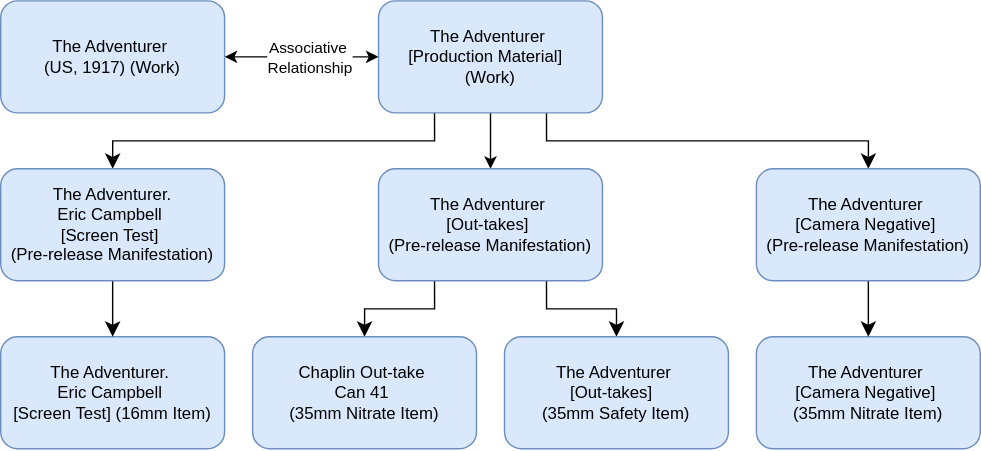
The draw.io diagram markdown/diagrams/title_type_04.drawio.svg in FIAF/fiaf-cataloguing-manual, before a commit. Source tidied: cells renumbered, new cells last; positions are measured from the earlier drawing's top-left corner, leaving out a move shared by most shapes. Its diagram source:
```xml
<mxGraphModel>
  <root>
    <mxCell id="0" />
    <mxCell id="1" parent="0" />
    <mxCell id="2" style="edgeStyle=orthogonalEdgeStyle;rounded=0;jettySize=auto;html=1;exitX=1;exitY=0.5;exitDx=0;exitDy=0;entryX=0;entryY=0.5;entryDx=0;entryDy=0;startArrow=classic;startFill=1;spacingLeft=2;" parent="1" edge="1" source="4" target="8">
      <mxGeometry relative="1" as="geometry" />
    </mxCell>
    <mxCell id="3" value="&lt;div&gt;Associative&amp;nbsp;&lt;/div&gt;&lt;div&gt;Relationship&lt;/div&gt;" style="edgeLabel;html=1;align=center;verticalAlign=middle;" parent="2" vertex="1">
      <mxGeometry x="-0.16" y="1" relative="1" as="geometry">
        <mxPoint x="14" y="1" as="offset" />
      </mxGeometry>
    </mxCell>
    <mxCell id="4" value="&lt;div&gt;The Adventurer&amp;nbsp;&lt;/div&gt;&lt;div&gt;(US, 1917) (Work)&lt;/div&gt;" style="rounded=1;whiteSpace=wrap;html=1;fillColor=#dae8fc;strokeColor=#6c8ebf;" parent="1" vertex="1">
      <mxGeometry width="160" height="80" as="geometry" />
    </mxCell>
    <mxCell id="5" style="edgeStyle=orthogonalEdgeStyle;rounded=0;jettySize=auto;html=1;exitX=0.5;exitY=1;exitDx=0;exitDy=0;entryX=0.5;entryY=0;entryDx=0;entryDy=0;" parent="1" edge="1" source="8" target="11">
      <mxGeometry relative="1" as="geometry" />
    </mxCell>
    <mxCell id="6" style="edgeStyle=orthogonalEdgeStyle;rounded=0;jettySize=auto;html=1;exitX=0.25;exitY=1;exitDx=0;exitDy=0;entryX=0.5;entryY=0;entryDx=0;entryDy=0;fontSize=12;startSize=8;endSize=8;" parent="1" edge="1" source="8" target="19">
      <mxGeometry relative="1" as="geometry" />
    </mxCell>
    <mxCell id="7" style="edgeStyle=orthogonalEdgeStyle;rounded=0;jettySize=auto;html=1;exitX=0.75;exitY=1;exitDx=0;exitDy=0;entryX=0.5;entryY=0;entryDx=0;entryDy=0;fontSize=12;startSize=8;endSize=8;" parent="1" edge="1" source="8" target="17">
      <mxGeometry relative="1" as="geometry" />
    </mxCell>
    <mxCell id="8" value="&lt;div&gt;The Adventurer&amp;nbsp;&lt;/div&gt;&lt;div&gt;[Production Material]&amp;nbsp;&amp;nbsp;&lt;/div&gt;&lt;div&gt;(Work)&lt;/div&gt;" style="rounded=1;whiteSpace=wrap;html=1;fillColor=#dae8fc;strokeColor=#6c8ebf;" parent="1" vertex="1">
      <mxGeometry x="270" width="160" height="80" as="geometry" />
    </mxCell>
    <mxCell id="9" style="edgeStyle=orthogonalEdgeStyle;rounded=0;jettySize=auto;html=1;exitX=0.25;exitY=1;exitDx=0;exitDy=0;entryX=0.5;entryY=0;entryDx=0;entryDy=0;fontSize=12;startSize=8;endSize=8;" parent="1" edge="1" source="11" target="13">
      <mxGeometry relative="1" as="geometry" />
    </mxCell>
    <mxCell id="10" style="edgeStyle=orthogonalEdgeStyle;rounded=0;jettySize=auto;html=1;exitX=0.75;exitY=1;exitDx=0;exitDy=0;entryX=0.5;entryY=0;entryDx=0;entryDy=0;fontSize=12;startSize=8;endSize=8;" parent="1" edge="1" source="11" target="14">
      <mxGeometry relative="1" as="geometry" />
    </mxCell>
    <mxCell id="11" value="&lt;div&gt;The Adventurer&amp;nbsp;&lt;/div&gt;&lt;div&gt;[Out-takes]&amp;nbsp;&lt;/div&gt;&lt;div&gt;(Pre-release Manifestation)&lt;/div&gt;" style="rounded=1;whiteSpace=wrap;html=1;fillColor=#dae8fc;strokeColor=#6c8ebf;" parent="1" vertex="1">
      <mxGeometry x="270" y="120" width="160" height="80" as="geometry" />
    </mxCell>
    <mxCell id="12" value="&lt;div&gt;The Adventurer.&amp;nbsp;&lt;/div&gt;&lt;div&gt;Eric Campbell&amp;nbsp;&lt;/div&gt;&lt;div&gt;[Screen Test] (16mm Item)&lt;/div&gt;" style="rounded=1;whiteSpace=wrap;html=1;fillColor=#dae8fc;strokeColor=#6c8ebf;" parent="1" vertex="1">
      <mxGeometry y="240" width="160" height="80" as="geometry" />
    </mxCell>
    <mxCell id="13" value="&lt;div&gt;Chaplin Out-take&amp;nbsp;&lt;/div&gt;&lt;div&gt;Can 41&amp;nbsp;&lt;/div&gt;&lt;div&gt;(35mm Nitrate Item)&lt;/div&gt;" style="rounded=1;whiteSpace=wrap;html=1;fillColor=#dae8fc;strokeColor=#6c8ebf;" parent="1" vertex="1">
      <mxGeometry x="180" y="240" width="160" height="80" as="geometry" />
    </mxCell>
    <mxCell id="14" value="&lt;div&gt;The Adventurer&amp;nbsp;&lt;/div&gt;&lt;div&gt;[Out-takes]&amp;nbsp;&amp;nbsp;&lt;/div&gt;&lt;div&gt;(35mm Safety Item)&lt;/div&gt;" style="rounded=1;whiteSpace=wrap;html=1;fillColor=#dae8fc;strokeColor=#6c8ebf;" parent="1" vertex="1">
      <mxGeometry x="360" y="240" width="160" height="80" as="geometry" />
    </mxCell>
    <mxCell id="15" value="&lt;div&gt;The Adventurer&amp;nbsp;&lt;/div&gt;&lt;div&gt;[Camera Negative]&amp;nbsp;&lt;/div&gt;&lt;div&gt;(35mm Nitrate Item)&lt;/div&gt;" style="rounded=1;whiteSpace=wrap;html=1;fillColor=#dae8fc;strokeColor=#6c8ebf;" parent="1" vertex="1">
      <mxGeometry x="540" y="240" width="160" height="80" as="geometry" />
    </mxCell>
    <mxCell id="16" style="edgeStyle=none;curved=1;rounded=0;jettySize=auto;html=1;exitX=0.5;exitY=1;exitDx=0;exitDy=0;fontSize=12;startSize=8;endSize=8;" parent="1" edge="1" source="17" target="15">
      <mxGeometry relative="1" as="geometry" />
    </mxCell>
    <mxCell id="17" value="&lt;div&gt;The Adventurer&amp;nbsp;&lt;/div&gt;&lt;div&gt;[Camera Negative]&amp;nbsp;&lt;/div&gt;&lt;div&gt;(Pre-release Manifestation)&lt;/div&gt;" style="rounded=1;whiteSpace=wrap;html=1;fillColor=#dae8fc;strokeColor=#6c8ebf;" parent="1" vertex="1">
      <mxGeometry x="540" y="120" width="160" height="80" as="geometry" />
    </mxCell>
    <mxCell id="18" style="edgeStyle=none;curved=1;rounded=0;jettySize=auto;html=1;exitX=0.5;exitY=1;exitDx=0;exitDy=0;entryX=0.5;entryY=0;entryDx=0;entryDy=0;fontSize=12;startSize=8;endSize=8;" parent="1" edge="1" source="19" target="12">
      <mxGeometry relative="1" as="geometry" />
    </mxCell>
    <mxCell id="19" value="&lt;div&gt;The Adventurer.&lt;/div&gt;&lt;div&gt;Eric Campbell&amp;nbsp;&lt;/div&gt;&lt;div&gt;[Screen Test]&amp;nbsp;&lt;/div&gt;&lt;div&gt;(Pre-release Manifestation)&lt;/div&gt;" style="rounded=1;whiteSpace=wrap;html=1;fillColor=#dae8fc;strokeColor=#6c8ebf;" parent="1" vertex="1">
      <mxGeometry y="120" width="160" height="80" as="geometry" />
    </mxCell>
  </root>
</mxGraphModel>
```
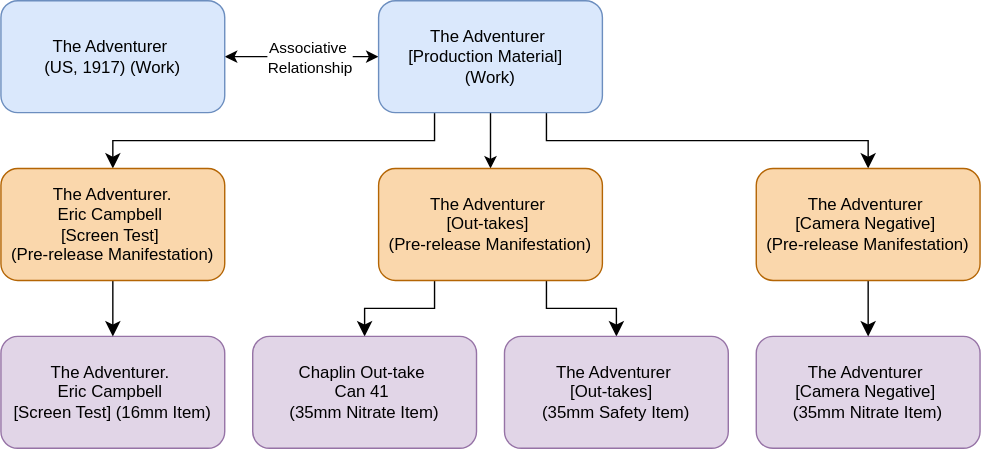
After the commit.

Change to the diagram source:
```diff
@@ -2,6 +2,36 @@
   <root>
     <mxCell id="0" />
     <mxCell id="1" parent="0" />
+    <mxCell id="20" style="edgeStyle=orthogonalEdgeStyle;rounded=0;orthogonalLoop=1;jettySize=auto;html=1;exitX=0.5;exitY=1;exitDx=0;exitDy=0;entryX=0.5;entryY=0;entryDx=0;entryDy=0;fontSize=12;startSize=8;endSize=8;" parent="1" edge="1">
+      <mxGeometry relative="1" as="geometry">
+        <mxPoint x="660" y="390" as="targetPoint" />
+      </mxGeometry>
+    </mxCell>
+    <mxCell id="21" style="edgeStyle=orthogonalEdgeStyle;rounded=0;orthogonalLoop=1;jettySize=auto;html=1;exitX=0.5;exitY=1;exitDx=0;exitDy=0;entryX=0.5;entryY=0;entryDx=0;entryDy=0;fontSize=12;startSize=8;endSize=8;" parent="1" edge="1">
+      <mxGeometry relative="1" as="geometry">
+        <mxPoint x="840" y="390" as="targetPoint" />
+      </mxGeometry>
+    </mxCell>
+    <mxCell id="22" style="edgeStyle=none;curved=1;rounded=0;orthogonalLoop=1;jettySize=auto;html=1;exitX=0.5;exitY=1;exitDx=0;exitDy=0;entryX=0.5;entryY=0;entryDx=0;entryDy=0;fontSize=12;startSize=8;endSize=8;" parent="1" edge="1">
+      <mxGeometry relative="1" as="geometry">
+        <mxPoint x="480" y="350" as="sourcePoint" />
+      </mxGeometry>
+    </mxCell>
+    <mxCell id="23" style="edgeStyle=orthogonalEdgeStyle;rounded=0;orthogonalLoop=1;jettySize=auto;html=1;exitX=0.5;exitY=1;exitDx=0;exitDy=0;entryX=0.5;entryY=0;entryDx=0;entryDy=0;fontSize=12;startSize=8;endSize=8;" parent="1" edge="1">
+      <mxGeometry relative="1" as="geometry">
+        <mxPoint x="660" y="390" as="targetPoint" />
+      </mxGeometry>
+    </mxCell>
+    <mxCell id="24" style="edgeStyle=orthogonalEdgeStyle;rounded=0;orthogonalLoop=1;jettySize=auto;html=1;exitX=0.5;exitY=1;exitDx=0;exitDy=0;entryX=0.5;entryY=0;entryDx=0;entryDy=0;fontSize=12;startSize=8;endSize=8;" parent="1" edge="1">
+      <mxGeometry relative="1" as="geometry">
+        <mxPoint x="840" y="390" as="targetPoint" />
+      </mxGeometry>
+    </mxCell>
+    <mxCell id="25" style="edgeStyle=none;curved=1;rounded=0;orthogonalLoop=1;jettySize=auto;html=1;exitX=0.5;exitY=1;exitDx=0;exitDy=0;entryX=0.5;entryY=0;entryDx=0;entryDy=0;fontSize=12;startSize=8;endSize=8;" parent="1" edge="1">
+      <mxGeometry relative="1" as="geometry">
+        <mxPoint x="480" y="350" as="sourcePoint" />
+      </mxGeometry>
+    </mxCell>
     <mxCell id="2" style="edgeStyle=orthogonalEdgeStyle;rounded=0;jettySize=auto;html=1;exitX=1;exitY=0.5;exitDx=0;exitDy=0;entryX=0;entryY=0.5;entryDx=0;entryDy=0;startArrow=classic;startFill=1;spacingLeft=2;" parent="1" edge="1" source="4" target="8">
       <mxGeometry relative="1" as="geometry" />
     </mxCell>
@@ -31,31 +61,31 @@
     <mxCell id="10" style="edgeStyle=orthogonalEdgeStyle;rounded=0;jettySize=auto;html=1;exitX=0.75;exitY=1;exitDx=0;exitDy=0;entryX=0.5;entryY=0;entryDx=0;entryDy=0;fontSize=12;startSize=8;endSize=8;" parent="1" edge="1" source="11" target="14">
       <mxGeometry relative="1" as="geometry" />
     </mxCell>
-    <mxCell id="11" value="&lt;div&gt;The Adventurer&amp;nbsp;&lt;/div&gt;&lt;div&gt;[Out-takes]&amp;nbsp;&lt;/div&gt;&lt;div&gt;(Pre-release Manifestation)&lt;/div&gt;" style="rounded=1;whiteSpace=wrap;html=1;fillColor=#dae8fc;strokeColor=#6c8ebf;" parent="1" vertex="1">
+    <mxCell id="11" value="&lt;div&gt;The Adventurer&amp;nbsp;&lt;/div&gt;&lt;div&gt;[Out-takes]&amp;nbsp;&lt;/div&gt;&lt;div&gt;(Pre-release Manifestation)&lt;/div&gt;" style="rounded=1;whiteSpace=wrap;html=1;fillColor=#fad7ac;strokeColor=#b46504;" parent="1" vertex="1">
       <mxGeometry x="270" y="120" width="160" height="80" as="geometry" />
     </mxCell>
-    <mxCell id="12" value="&lt;div&gt;The Adventurer.&amp;nbsp;&lt;/div&gt;&lt;div&gt;Eric Campbell&amp;nbsp;&lt;/div&gt;&lt;div&gt;[Screen Test] (16mm Item)&lt;/div&gt;" style="rounded=1;whiteSpace=wrap;html=1;fillColor=#dae8fc;strokeColor=#6c8ebf;" parent="1" vertex="1">
+    <mxCell id="12" value="&lt;div&gt;The Adventurer.&amp;nbsp;&lt;/div&gt;&lt;div&gt;Eric Campbell&amp;nbsp;&lt;/div&gt;&lt;div&gt;[Screen Test] (16mm Item)&lt;/div&gt;" style="rounded=1;whiteSpace=wrap;html=1;fillColor=#e1d5e7;strokeColor=#9673a6;" parent="1" vertex="1">
       <mxGeometry y="240" width="160" height="80" as="geometry" />
     </mxCell>
-    <mxCell id="13" value="&lt;div&gt;Chaplin Out-take&amp;nbsp;&lt;/div&gt;&lt;div&gt;Can 41&amp;nbsp;&lt;/div&gt;&lt;div&gt;(35mm Nitrate Item)&lt;/div&gt;" style="rounded=1;whiteSpace=wrap;html=1;fillColor=#dae8fc;strokeColor=#6c8ebf;" parent="1" vertex="1">
+    <mxCell id="13" value="&lt;div&gt;Chaplin Out-take&amp;nbsp;&lt;/div&gt;&lt;div&gt;Can 41&amp;nbsp;&lt;/div&gt;&lt;div&gt;(35mm Nitrate Item)&lt;/div&gt;" style="rounded=1;whiteSpace=wrap;html=1;fillColor=#e1d5e7;strokeColor=#9673a6;" parent="1" vertex="1">
       <mxGeometry x="180" y="240" width="160" height="80" as="geometry" />
     </mxCell>
-    <mxCell id="14" value="&lt;div&gt;The Adventurer&amp;nbsp;&lt;/div&gt;&lt;div&gt;[Out-takes]&amp;nbsp;&amp;nbsp;&lt;/div&gt;&lt;div&gt;(35mm Safety Item)&lt;/div&gt;" style="rounded=1;whiteSpace=wrap;html=1;fillColor=#dae8fc;strokeColor=#6c8ebf;" parent="1" vertex="1">
+    <mxCell id="14" value="&lt;div&gt;The Adventurer&amp;nbsp;&lt;/div&gt;&lt;div&gt;[Out-takes]&amp;nbsp;&amp;nbsp;&lt;/div&gt;&lt;div&gt;(35mm Safety Item)&lt;/div&gt;" style="rounded=1;whiteSpace=wrap;html=1;fillColor=#e1d5e7;strokeColor=#9673a6;" parent="1" vertex="1">
       <mxGeometry x="360" y="240" width="160" height="80" as="geometry" />
     </mxCell>
-    <mxCell id="15" value="&lt;div&gt;The Adventurer&amp;nbsp;&lt;/div&gt;&lt;div&gt;[Camera Negative]&amp;nbsp;&lt;/div&gt;&lt;div&gt;(35mm Nitrate Item)&lt;/div&gt;" style="rounded=1;whiteSpace=wrap;html=1;fillColor=#dae8fc;strokeColor=#6c8ebf;" parent="1" vertex="1">
+    <mxCell id="15" value="&lt;div&gt;The Adventurer&amp;nbsp;&lt;/div&gt;&lt;div&gt;[Camera Negative]&amp;nbsp;&lt;/div&gt;&lt;div&gt;(35mm Nitrate Item)&lt;/div&gt;" style="rounded=1;whiteSpace=wrap;html=1;fillColor=#e1d5e7;strokeColor=#9673a6;" parent="1" vertex="1">
       <mxGeometry x="540" y="240" width="160" height="80" as="geometry" />
     </mxCell>
     <mxCell id="16" style="edgeStyle=none;curved=1;rounded=0;jettySize=auto;html=1;exitX=0.5;exitY=1;exitDx=0;exitDy=0;fontSize=12;startSize=8;endSize=8;" parent="1" edge="1" source="17" target="15">
       <mxGeometry relative="1" as="geometry" />
     </mxCell>
-    <mxCell id="17" value="&lt;div&gt;The Adventurer&amp;nbsp;&lt;/div&gt;&lt;div&gt;[Camera Negative]&amp;nbsp;&lt;/div&gt;&lt;div&gt;(Pre-release Manifestation)&lt;/div&gt;" style="rounded=1;whiteSpace=wrap;html=1;fillColor=#dae8fc;strokeColor=#6c8ebf;" parent="1" vertex="1">
+    <mxCell id="17" value="&lt;div&gt;The Adventurer&amp;nbsp;&lt;/div&gt;&lt;div&gt;[Camera Negative]&amp;nbsp;&lt;/div&gt;&lt;div&gt;(Pre-release Manifestation)&lt;/div&gt;" style="rounded=1;whiteSpace=wrap;html=1;fillColor=#fad7ac;strokeColor=#b46504;" parent="1" vertex="1">
       <mxGeometry x="540" y="120" width="160" height="80" as="geometry" />
     </mxCell>
     <mxCell id="18" style="edgeStyle=none;curved=1;rounded=0;jettySize=auto;html=1;exitX=0.5;exitY=1;exitDx=0;exitDy=0;entryX=0.5;entryY=0;entryDx=0;entryDy=0;fontSize=12;startSize=8;endSize=8;" parent="1" edge="1" source="19" target="12">
       <mxGeometry relative="1" as="geometry" />
     </mxCell>
-    <mxCell id="19" value="&lt;div&gt;The Adventurer.&lt;/div&gt;&lt;div&gt;Eric Campbell&amp;nbsp;&lt;/div&gt;&lt;div&gt;[Screen Test]&amp;nbsp;&lt;/div&gt;&lt;div&gt;(Pre-release Manifestation)&lt;/div&gt;" style="rounded=1;whiteSpace=wrap;html=1;fillColor=#dae8fc;strokeColor=#6c8ebf;" parent="1" vertex="1">
+    <mxCell id="19" value="&lt;div&gt;The Adventurer.&lt;/div&gt;&lt;div&gt;Eric Campbell&amp;nbsp;&lt;/div&gt;&lt;div&gt;[Screen Test]&amp;nbsp;&lt;/div&gt;&lt;div&gt;(Pre-release Manifestation)&lt;/div&gt;" style="rounded=1;whiteSpace=wrap;html=1;fillColor=#fad7ac;strokeColor=#b46504;" parent="1" vertex="1">
       <mxGeometry y="120" width="160" height="80" as="geometry" />
     </mxCell>
   </root>
```
